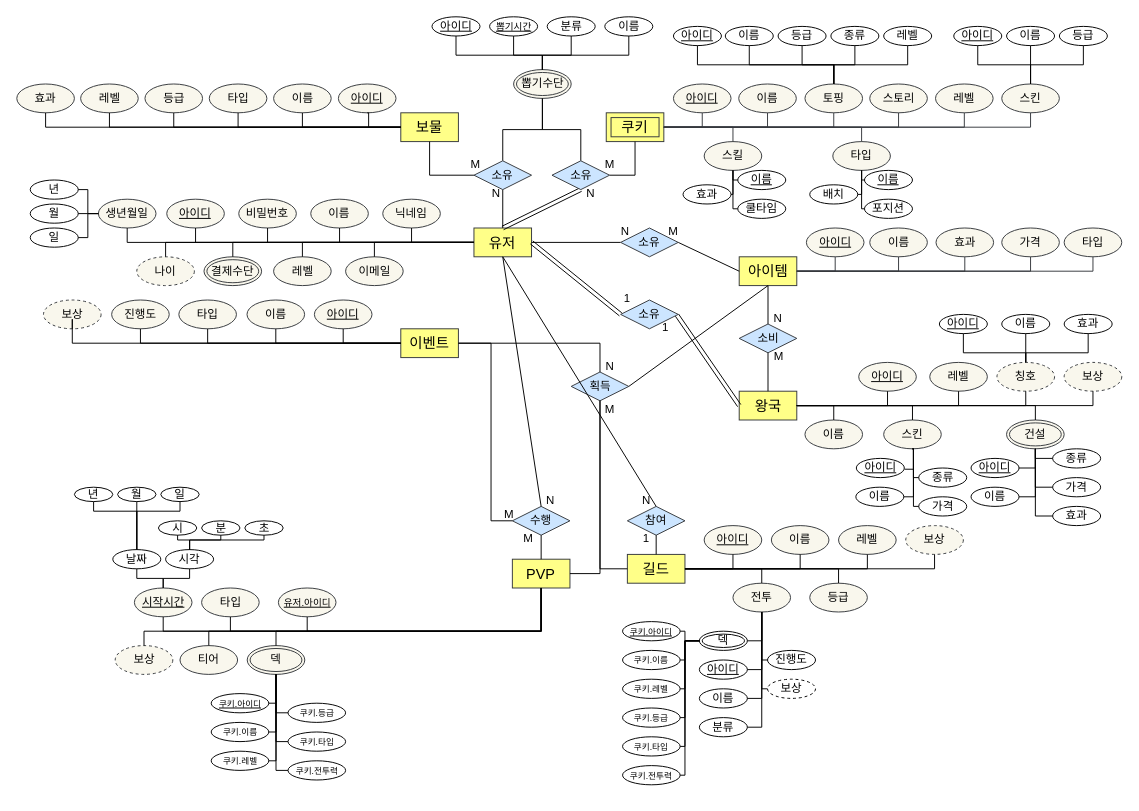
breeze234/web1 keeps this draw.io diagram as page "페이지-2" (2 of 3) of 제목 없는 다이어그램.drawio. Above is the earlier version. Source tidied: cells renumbered, new cells numbered last; positions are measured from the earlier drawing's top-left corner, leaving out a move shared by most shapes. Both pictures are drawn from the tidied source at 96%, with x=0, y=0 at pixel (16, 16).
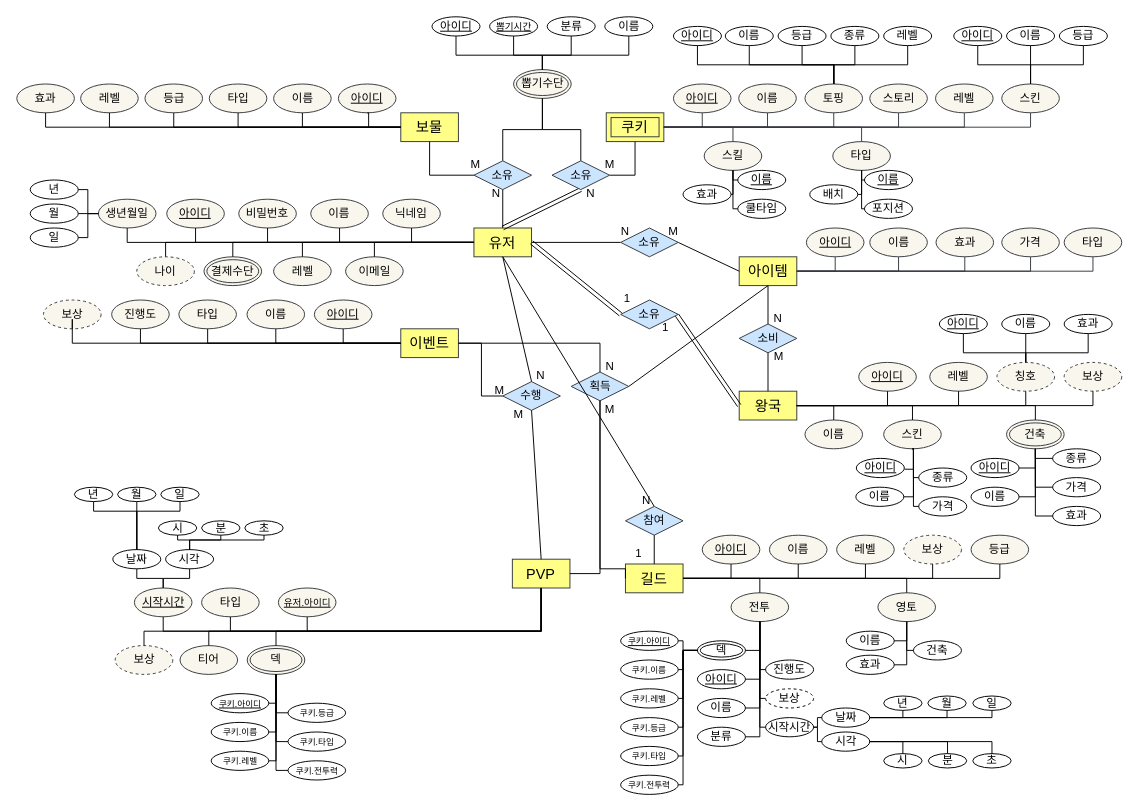
The same diagram, later.

Commit message (it also covers changes not shown here):
제목 없는 다이어그램.drawio 업데이트

The change refers to these unchanged cells:
```xml
<mxCell id="84" value="&lt;font style=&quot;font-size: 15px;&quot;&gt;이벤트&lt;/font&gt;" style="whiteSpace=wrap;html=1;align=center;fillColor=#ffff88;strokeColor=#36393d;" parent="1" vertex="1">
  <mxGeometry x="400" y="325" width="60" height="30" as="geometry" />
</mxCell>
```

Change to the diagram source:
```diff
@@
     <mxCell id="82" value="&lt;font style=&quot;font-size: 15px;&quot;&gt;길드&lt;/font&gt;" style="whiteSpace=wrap;html=1;align=center;fillColor=#ffff88;strokeColor=#36393d;" parent="1" vertex="1">
-      <mxGeometry x="636" y="560" width="60" height="30" as="geometry" />
+      <mxGeometry x="634" y="570" width="60" height="30" as="geometry" />
     </mxCell>
@@
-    <mxCell id="101" value="건설" style="ellipse;shape=doubleEllipse;margin=3;whiteSpace=wrap;html=1;align=center;fillColor=#f9f7ed;strokeColor=#36393d;" parent="1" vertex="1">
+    <mxCell id="101" value="건축" style="ellipse;shape=doubleEllipse;margin=3;whiteSpace=wrap;html=1;align=center;fillColor=#f9f7ed;strokeColor=#36393d;" parent="1" vertex="1">
       <mxGeometry x="1031" y="420" width="60" height="30" as="geometry" />
     </mxCell>
@@
     <mxCell id="168" value="수행" style="shape=rhombus;perimeter=rhombusPerimeter;whiteSpace=wrap;html=1;align=center;fillColor=#cce5ff;strokeColor=#36393d;" parent="1" vertex="1">
-      <mxGeometry x="516.2" y="510" width="60" height="30" as="geometry" />
+      <mxGeometry x="506.2" y="380" width="60" height="30" as="geometry" />
     </mxCell>
@@
     <mxCell id="170" style="endArrow=none;html=1;rounded=0;entryX=0;entryY=0.5;entryDx=0;entryDy=0;exitX=1;exitY=0.5;exitDx=0;exitDy=0;edgeStyle=orthogonalEdgeStyle;" parent="1" edge="1" source="84" target="168">
       <mxGeometry relative="1" as="geometry">
         <Array as="points">
-          <mxPoint x="494" y="340" />
-          <mxPoint x="494" y="525" />
+          <mxPoint x="484" y="340" />
+          <mxPoint x="484" y="395" />
         </Array>
       </mxGeometry>
     </mxCell>
@@
     <mxCell id="177" value="이름" style="ellipse;whiteSpace=wrap;html=1;fillColor=#f9f7ed;strokeColor=#36393d;" parent="1" vertex="1">
-      <mxGeometry x="786" y="530" width="60" height="30" as="geometry" />
+      <mxGeometry x="784" y="540" width="60" height="30" as="geometry" />
     </mxCell>
     <mxCell id="178" value="&lt;u&gt;아이디&lt;/u&gt;" style="ellipse;whiteSpace=wrap;html=1;fillColor=#f9f7ed;strokeColor=#36393d;" parent="1" vertex="1">
-      <mxGeometry x="716" y="530" width="60" height="30" as="geometry" />
+      <mxGeometry x="714" y="540" width="60" height="30" as="geometry" />
     </mxCell>
     <mxCell id="179" value="레벨" style="ellipse;whiteSpace=wrap;html=1;fillColor=#f9f7ed;strokeColor=#36393d;" parent="1" vertex="1">
-      <mxGeometry x="856" y="530" width="60" height="30" as="geometry" />
+      <mxGeometry x="854" y="540" width="60" height="30" as="geometry" />
     </mxCell>
     <mxCell id="180" value="보상" style="ellipse;whiteSpace=wrap;html=1;dashed=1;fillColor=#f9f7ed;strokeColor=#36393d;" parent="1" vertex="1">
-      <mxGeometry x="926" y="530" width="60" height="30" as="geometry" />
+      <mxGeometry x="924" y="540" width="60" height="30" as="geometry" />
     </mxCell>
     <mxCell id="181" value="전투" style="ellipse;whiteSpace=wrap;html=1;fillColor=#f9f7ed;strokeColor=#36393d;" parent="1" vertex="1">
-      <mxGeometry x="746" y="590" width="60" height="30" as="geometry" />
+      <mxGeometry x="744" y="600" width="60" height="30" as="geometry" />
     </mxCell>
     <mxCell id="182" value="등급" style="ellipse;whiteSpace=wrap;html=1;fillColor=#f9f7ed;strokeColor=#36393d;" parent="1" vertex="1">
-      <mxGeometry x="826" y="590" width="60" height="30" as="geometry" />
+      <mxGeometry x="994" y="540" width="60" height="30" as="geometry" />
     </mxCell>
@@
-    <mxCell id="188" style="endArrow=none;html=1;rounded=0;edgeStyle=orthogonalEdgeStyle;exitX=1;exitY=0.5;exitDx=0;exitDy=0;entryX=0.5;entryY=0;entryDx=0;entryDy=0;" parent="1" edge="1" source="82" target="182">
+    <mxCell id="188" style="endArrow=none;html=1;rounded=0;edgeStyle=orthogonalEdgeStyle;exitX=1;exitY=0.5;exitDx=0;exitDy=0;entryX=0.5;entryY=1;entryDx=0;entryDy=0;" parent="1" edge="1" source="82" target="182">
       <mxGeometry relative="1" as="geometry" />
     </mxCell>
@@
     <mxCell id="191" value="&lt;u&gt;아이디&lt;/u&gt;" style="ellipse;whiteSpace=wrap;html=1;" parent="1" vertex="1">
-      <mxGeometry x="711" y="670" width="50" height="20" as="geometry" />
+      <mxGeometry x="709" y="680" width="50" height="20" as="geometry" />
     </mxCell>
     <mxCell id="192" value="이름" style="ellipse;whiteSpace=wrap;html=1;" parent="1" vertex="1">
-      <mxGeometry x="711" y="700" width="50" height="20" as="geometry" />
+      <mxGeometry x="709" y="710" width="50" height="20" as="geometry" />
     </mxCell>
     <mxCell id="193" value="분류" style="ellipse;whiteSpace=wrap;html=1;" parent="1" vertex="1">
-      <mxGeometry x="711" y="730" width="50" height="20" as="geometry" />
+      <mxGeometry x="709" y="740" width="50" height="20" as="geometry" />
     </mxCell>
     <mxCell id="194" value="덱" style="ellipse;shape=doubleEllipse;margin=3;whiteSpace=wrap;html=1;align=center;" parent="1" vertex="1">
-      <mxGeometry x="711" y="640" width="50" height="20" as="geometry" />
+      <mxGeometry x="709" y="650" width="50" height="20" as="geometry" />
     </mxCell>
     <mxCell id="195" value="진행도" style="ellipse;whiteSpace=wrap;html=1;" parent="1" vertex="1">
-      <mxGeometry x="782" y="660" width="50" height="20" as="geometry" />
+      <mxGeometry x="780" y="670" width="50" height="20" as="geometry" />
     </mxCell>
     <mxCell id="196" value="보상" style="ellipse;whiteSpace=wrap;html=1;dashed=1;" parent="1" vertex="1">
-      <mxGeometry x="782" y="690" width="50" height="20" as="geometry" />
+      <mxGeometry x="780" y="700" width="50" height="20" as="geometry" />
     </mxCell>
     <mxCell id="197" value="&lt;font style=&quot;font-size: 9px;&quot;&gt;&lt;u&gt;쿠키.아이디&lt;/u&gt;&lt;/font&gt;" style="ellipse;whiteSpace=wrap;html=1;" parent="1" vertex="1">
-      <mxGeometry x="631" y="630" width="60" height="20" as="geometry" />
+      <mxGeometry x="629" y="640" width="60" height="20" as="geometry" />
     </mxCell>
     <mxCell id="198" value="&lt;font style=&quot;font-size: 9px;&quot;&gt;쿠키.이름&lt;/font&gt;" style="ellipse;whiteSpace=wrap;html=1;" parent="1" vertex="1">
-      <mxGeometry x="631" y="660" width="60" height="20" as="geometry" />
+      <mxGeometry x="629" y="670" width="60" height="20" as="geometry" />
     </mxCell>
     <mxCell id="199" value="&lt;font style=&quot;font-size: 9px;&quot;&gt;쿠키.레벨&lt;/font&gt;" style="ellipse;whiteSpace=wrap;html=1;" parent="1" vertex="1">
-      <mxGeometry x="631" y="690" width="60" height="20" as="geometry" />
+      <mxGeometry x="629" y="700" width="60" height="20" as="geometry" />
     </mxCell>
     <mxCell id="200" value="&lt;font style=&quot;font-size: 9px;&quot;&gt;쿠키.등급&lt;/font&gt;" style="ellipse;whiteSpace=wrap;html=1;" parent="1" vertex="1">
-      <mxGeometry x="631" y="720" width="60" height="20" as="geometry" />
+      <mxGeometry x="629" y="730" width="60" height="20" as="geometry" />
     </mxCell>
     <mxCell id="201" value="&lt;font style=&quot;font-size: 9px;&quot;&gt;쿠키.타입&lt;/font&gt;" style="ellipse;whiteSpace=wrap;html=1;" parent="1" vertex="1">
-      <mxGeometry x="631" y="750" width="60" height="20" as="geometry" />
+      <mxGeometry x="629" y="760" width="60" height="20" as="geometry" />
     </mxCell>
     <mxCell id="202" value="&lt;font style=&quot;font-size: 9px;&quot;&gt;쿠키.전투력&lt;/font&gt;" style="ellipse;whiteSpace=wrap;html=1;" parent="1" vertex="1">
-      <mxGeometry x="631" y="780" width="60" height="20" as="geometry" />
+      <mxGeometry x="629" y="790" width="60" height="20" as="geometry" />
     </mxCell>
     <mxCell id="203" style="endArrow=none;html=1;rounded=0;edgeStyle=orthogonalEdgeStyle;exitX=1;exitY=0.5;exitDx=0;exitDy=0;entryX=0;entryY=0.5;entryDx=0;entryDy=0;" parent="1" edge="1" source="197" target="194">
       <mxGeometry relative="1" as="geometry">
         <Array as="points">
-          <mxPoint x="696" y="640" />
-          <mxPoint x="696" y="650" />
+          <mxPoint x="694" y="650" />
+          <mxPoint x="694" y="660" />
         </Array>
       </mxGeometry>
     </mxCell>
     <mxCell id="204" style="endArrow=none;html=1;rounded=0;edgeStyle=orthogonalEdgeStyle;exitX=1;exitY=0.5;exitDx=0;exitDy=0;entryX=0;entryY=0.5;entryDx=0;entryDy=0;" parent="1" edge="1" source="198" target="194">
       <mxGeometry relative="1" as="geometry">
         <Array as="points">
-          <mxPoint x="696" y="670" />
-          <mxPoint x="696" y="650" />
+          <mxPoint x="694" y="680" />
+          <mxPoint x="694" y="660" />
         </Array>
       </mxGeometry>
     </mxCell>
     <mxCell id="205" style="endArrow=none;html=1;rounded=0;edgeStyle=orthogonalEdgeStyle;exitX=1;exitY=0.5;exitDx=0;exitDy=0;entryX=0;entryY=0.5;entryDx=0;entryDy=0;" parent="1" edge="1" source="199" target="194">
       <mxGeometry relative="1" as="geometry">
         <Array as="points">
-          <mxPoint x="696" y="700" />
-          <mxPoint x="696" y="650" />
+          <mxPoint x="694" y="710" />
+          <mxPoint x="694" y="660" />
         </Array>
       </mxGeometry>
     </mxCell>
     <mxCell id="206" style="endArrow=none;html=1;rounded=0;edgeStyle=orthogonalEdgeStyle;exitX=1;exitY=0.5;exitDx=0;exitDy=0;entryX=0;entryY=0.5;entryDx=0;entryDy=0;" parent="1" edge="1" source="200" target="194">
       <mxGeometry relative="1" as="geometry">
         <Array as="points">
-          <mxPoint x="696" y="730" />
-          <mxPoint x="696" y="650" />
+          <mxPoint x="694" y="740" />
+          <mxPoint x="694" y="660" />
         </Array>
       </mxGeometry>
     </mxCell>
     <mxCell id="207" style="endArrow=none;html=1;rounded=0;edgeStyle=orthogonalEdgeStyle;exitX=1;exitY=0.5;exitDx=0;exitDy=0;entryX=0;entryY=0.5;entryDx=0;entryDy=0;" parent="1" edge="1" source="201" target="194">
       <mxGeometry relative="1" as="geometry">
         <Array as="points">
-          <mxPoint x="696" y="760" />
-          <mxPoint x="696" y="650" />
+          <mxPoint x="694" y="770" />
+          <mxPoint x="694" y="660" />
         </Array>
       </mxGeometry>
     </mxCell>
     <mxCell id="208" style="endArrow=none;html=1;rounded=0;edgeStyle=orthogonalEdgeStyle;exitX=1;exitY=0.5;exitDx=0;exitDy=0;entryX=0;entryY=0.5;entryDx=0;entryDy=0;" parent="1" edge="1" source="202" target="194">
       <mxGeometry relative="1" as="geometry">
         <Array as="points">
-          <mxPoint x="696" y="790" />
-          <mxPoint x="696" y="650" />
+          <mxPoint x="694" y="800" />
+          <mxPoint x="694" y="660" />
         </Array>
       </mxGeometry>
     </mxCell>
     <mxCell id="209" style="endArrow=none;html=1;rounded=0;edgeStyle=orthogonalEdgeStyle;exitX=1;exitY=0.5;exitDx=0;exitDy=0;entryX=0.5;entryY=1;entryDx=0;entryDy=0;" parent="1" edge="1" source="194" target="181">
       <mxGeometry relative="1" as="geometry">
         <Array as="points">
-          <mxPoint x="776" y="650" />
+          <mxPoint x="774" y="660" />
         </Array>
       </mxGeometry>
     </mxCell>
     <mxCell id="210" style="endArrow=none;html=1;rounded=0;edgeStyle=orthogonalEdgeStyle;exitX=1;exitY=0.5;exitDx=0;exitDy=0;entryX=0.5;entryY=1;entryDx=0;entryDy=0;" parent="1" edge="1" source="191" target="181">
       <mxGeometry relative="1" as="geometry">
         <Array as="points">
-          <mxPoint x="776" y="680" />
+          <mxPoint x="774" y="690" />
         </Array>
       </mxGeometry>
     </mxCell>
     <mxCell id="211" style="endArrow=none;html=1;rounded=0;edgeStyle=orthogonalEdgeStyle;exitX=1;exitY=0.5;exitDx=0;exitDy=0;entryX=0.5;entryY=1;entryDx=0;entryDy=0;" parent="1" edge="1" source="192" target="181">
       <mxGeometry relative="1" as="geometry">
         <Array as="points">
-          <mxPoint x="776" y="710" />
+          <mxPoint x="774" y="720" />
         </Array>
       </mxGeometry>
     </mxCell>
     <mxCell id="212" style="endArrow=none;html=1;rounded=0;edgeStyle=orthogonalEdgeStyle;exitX=0;exitY=0.5;exitDx=0;exitDy=0;entryX=0.5;entryY=1;entryDx=0;entryDy=0;" parent="1" edge="1" source="195" target="181">
       <mxGeometry relative="1" as="geometry">
         <Array as="points">
-          <mxPoint x="776" y="670" />
+          <mxPoint x="774" y="680" />
         </Array>
       </mxGeometry>
     </mxCell>
     <mxCell id="213" style="endArrow=none;html=1;rounded=0;edgeStyle=orthogonalEdgeStyle;entryX=0.5;entryY=1;entryDx=0;entryDy=0;exitX=0;exitY=0.5;exitDx=0;exitDy=0;" parent="1" edge="1" source="196" target="181">
       <mxGeometry relative="1" as="geometry">
         <Array as="points">
-          <mxPoint x="776" y="700" />
+          <mxPoint x="774" y="710" />
         </Array>
       </mxGeometry>
     </mxCell>
     <mxCell id="214" style="endArrow=none;html=1;rounded=0;edgeStyle=orthogonalEdgeStyle;exitX=1;exitY=0.5;exitDx=0;exitDy=0;entryX=0.5;entryY=1;entryDx=0;entryDy=0;" parent="1" edge="1" source="193" target="181">
       <mxGeometry relative="1" as="geometry">
         <Array as="points">
-          <mxPoint x="776" y="740" />
+          <mxPoint x="774" y="750" />
         </Array>
       </mxGeometry>
     </mxCell>
@@
     <mxCell id="216" value="참여" style="shape=rhombus;perimeter=rhombusPerimeter;whiteSpace=wrap;html=1;align=center;fillColor=#cce5ff;strokeColor=#36393d;" parent="1" vertex="1">
-      <mxGeometry x="636" y="510" width="60" height="30" as="geometry" />
+      <mxGeometry x="634" y="510" width="60" height="30" as="geometry" />
     </mxCell>
@@
     <mxCell id="221" value="M" style="text;strokeColor=none;fillColor=none;spacingLeft=4;spacingRight=4;overflow=hidden;fontSize=12;whiteSpace=wrap;html=1;align=center;" parent="1" vertex="1">
-      <mxGeometry x="512.5" y="530" width="40" height="30" as="geometry" />
+      <mxGeometry x="502.5" y="400" width="40" height="30" as="geometry" />
     </mxCell>
     <mxCell id="222" value="M" style="text;strokeColor=none;fillColor=none;spacingLeft=4;spacingRight=4;overflow=hidden;fontSize=12;whiteSpace=wrap;html=1;align=center;" parent="1" vertex="1">
-      <mxGeometry x="492.5" y="505" width="40" height="30" as="geometry" />
+      <mxGeometry x="482.5" y="375" width="40" height="30" as="geometry" />
     </mxCell>
     <mxCell id="223" value="N" style="text;strokeColor=none;fillColor=none;spacingLeft=4;spacingRight=4;overflow=hidden;fontSize=12;whiteSpace=wrap;html=1;align=center;" parent="1" vertex="1">
-      <mxGeometry x="536.2" y="490" width="40" height="30" as="geometry" />
+      <mxGeometry x="526.2" y="360" width="40" height="30" as="geometry" />
     </mxCell>
@@
     <mxCell id="225" value="1" style="text;strokeColor=none;fillColor=none;spacingLeft=4;spacingRight=4;overflow=hidden;fontSize=12;whiteSpace=wrap;html=1;align=center;" parent="1" vertex="1">
-      <mxGeometry x="636" y="530" width="40" height="30" as="geometry" />
+      <mxGeometry x="637.5" y="545" width="20" height="30" as="geometry" />
     </mxCell>
@@
+    <mxCell id="280" value="영토" style="ellipse;whiteSpace=wrap;html=1;fillColor=#f9f7ed;strokeColor=#36393d;" parent="1" vertex="1">
+      <mxGeometry x="897" y="600" width="60" height="30" as="geometry" />
+    </mxCell>
+    <mxCell id="281" value="이름" style="ellipse;whiteSpace=wrap;html=1;" parent="1" vertex="1">
+      <mxGeometry x="864" y="640" width="50" height="20" as="geometry" />
+    </mxCell>
+    <mxCell id="282" value="건축" style="ellipse;whiteSpace=wrap;html=1;" parent="1" vertex="1">
+      <mxGeometry x="934" y="650" width="50" height="20" as="geometry" />
+    </mxCell>
+    <mxCell id="283" style="endArrow=none;html=1;rounded=0;edgeStyle=orthogonalEdgeStyle;exitX=0;exitY=0.5;exitDx=0;exitDy=0;entryX=0.5;entryY=1;entryDx=0;entryDy=0;" parent="1" edge="1" source="282" target="280">
+      <mxGeometry relative="1" as="geometry">
+        <Array as="points">
+          <mxPoint x="927" y="660" />
+        </Array>
+      </mxGeometry>
+    </mxCell>
+    <mxCell id="284" style="endArrow=none;html=1;rounded=0;edgeStyle=orthogonalEdgeStyle;exitX=0.5;exitY=1;exitDx=0;exitDy=0;entryX=1;entryY=0.5;entryDx=0;entryDy=0;" parent="1" edge="1" source="280" target="281">
+      <mxGeometry relative="1" as="geometry">
+        <Array as="points">
+          <mxPoint x="927" y="650" />
+        </Array>
+      </mxGeometry>
+    </mxCell>
+    <mxCell id="285" value="효과" style="ellipse;whiteSpace=wrap;html=1;" parent="1" vertex="1">
+      <mxGeometry x="864" y="665" width="50" height="20" as="geometry" />
+    </mxCell>
+    <mxCell id="286" style="endArrow=none;html=1;rounded=0;edgeStyle=orthogonalEdgeStyle;exitX=0.5;exitY=1;exitDx=0;exitDy=0;entryX=1;entryY=0.5;entryDx=0;entryDy=0;" parent="1" edge="1" source="280" target="285">
+      <mxGeometry relative="1" as="geometry">
+        <Array as="points">
+          <mxPoint x="927" y="675" />
+        </Array>
+      </mxGeometry>
+    </mxCell>
+    <mxCell id="287" style="endArrow=none;html=1;rounded=0;edgeStyle=orthogonalEdgeStyle;entryX=0.5;entryY=0;entryDx=0;entryDy=0;exitX=1;exitY=0.5;exitDx=0;exitDy=0;" parent="1" edge="1" source="82" target="280">
+      <mxGeometry relative="1" as="geometry" />
+    </mxCell>
+    <mxCell id="288" value="시작시간" style="ellipse;whiteSpace=wrap;html=1;" parent="1" vertex="1">
+      <mxGeometry x="780" y="730" width="50" height="20" as="geometry" />
+    </mxCell>
+    <mxCell id="289" style="endArrow=none;html=1;rounded=0;edgeStyle=orthogonalEdgeStyle;exitX=0;exitY=0.5;exitDx=0;exitDy=0;entryX=0.5;entryY=1;entryDx=0;entryDy=0;" parent="1" edge="1" source="288" target="181">
+      <mxGeometry relative="1" as="geometry">
+        <Array as="points">
+          <mxPoint x="774" y="740" />
+        </Array>
+      </mxGeometry>
+    </mxCell>
+    <mxCell id="290" value="월" style="ellipse;whiteSpace=wrap;html=1;" parent="1" vertex="1">
+      <mxGeometry x="949" y="707.5" width="40" height="15" as="geometry" />
+    </mxCell>
+    <mxCell id="291" value="년" style="ellipse;whiteSpace=wrap;html=1;" parent="1" vertex="1">
+      <mxGeometry x="903" y="707.5" width="40" height="15" as="geometry" />
+    </mxCell>
+    <mxCell id="292" value="일" style="ellipse;whiteSpace=wrap;html=1;" parent="1" vertex="1">
+      <mxGeometry x="995.8" y="707.5" width="40" height="15" as="geometry" />
+    </mxCell>
+    <mxCell id="293" value="날짜" style="ellipse;whiteSpace=wrap;html=1;" parent="1" vertex="1">
+      <mxGeometry x="838.5" y="720" width="50" height="20" as="geometry" />
+    </mxCell>
+    <mxCell id="294" value="시각" style="ellipse;whiteSpace=wrap;html=1;" parent="1" vertex="1">
+      <mxGeometry x="838.5" y="745" width="50" height="20" as="geometry" />
+    </mxCell>
+    <mxCell id="295" value="분" style="ellipse;whiteSpace=wrap;html=1;" parent="1" vertex="1">
+      <mxGeometry x="949.5" y="767.5" width="40" height="15" as="geometry" />
+    </mxCell>
+    <mxCell id="296" value="시" style="ellipse;whiteSpace=wrap;html=1;" parent="1" vertex="1">
+      <mxGeometry x="903" y="767.5" width="40" height="15" as="geometry" />
+    </mxCell>
+    <mxCell id="297" value="초" style="ellipse;whiteSpace=wrap;html=1;" parent="1" vertex="1">
+      <mxGeometry x="995.8" y="767.5" width="40" height="15" as="geometry" />
+    </mxCell>
+    <mxCell id="298" style="endArrow=none;html=1;rounded=0;edgeStyle=orthogonalEdgeStyle;exitX=1;exitY=0.5;exitDx=0;exitDy=0;entryX=0;entryY=0.5;entryDx=0;entryDy=0;" parent="1" edge="1" source="288" target="294">
+      <mxGeometry relative="1" as="geometry">
+        <Array as="points">
+          <mxPoint x="834" y="740" />
+          <mxPoint x="834" y="755" />
+        </Array>
+      </mxGeometry>
+    </mxCell>
+    <mxCell id="299" style="endArrow=none;html=1;rounded=0;edgeStyle=orthogonalEdgeStyle;exitX=1;exitY=0.5;exitDx=0;exitDy=0;entryX=0;entryY=0.5;entryDx=0;entryDy=0;" parent="1" edge="1" source="288" target="293">
+      <mxGeometry relative="1" as="geometry">
+        <Array as="points">
+          <mxPoint x="834" y="740" />
+          <mxPoint x="834" y="730" />
+        </Array>
+      </mxGeometry>
+    </mxCell>
+    <mxCell id="300" style="endArrow=none;html=1;rounded=0;edgeStyle=orthogonalEdgeStyle;exitX=1;exitY=0.5;exitDx=0;exitDy=0;entryX=0.5;entryY=1;entryDx=0;entryDy=0;" parent="1" edge="1" source="293" target="291">
+      <mxGeometry relative="1" as="geometry">
+        <Array as="points">
+          <mxPoint x="923" y="730" />
+        </Array>
+      </mxGeometry>
+    </mxCell>
+    <mxCell id="301" style="endArrow=none;html=1;rounded=0;edgeStyle=orthogonalEdgeStyle;exitX=1;exitY=0.5;exitDx=0;exitDy=0;entryX=0.5;entryY=1;entryDx=0;entryDy=0;" parent="1" edge="1" source="293" target="290">
+      <mxGeometry relative="1" as="geometry">
+        <Array as="points">
+          <mxPoint x="969" y="730" />
+        </Array>
+      </mxGeometry>
+    </mxCell>
+    <mxCell id="302" style="endArrow=none;html=1;rounded=0;edgeStyle=orthogonalEdgeStyle;exitX=1;exitY=0.5;exitDx=0;exitDy=0;entryX=0.5;entryY=1;entryDx=0;entryDy=0;" parent="1" edge="1" source="293" target="292">
+      <mxGeometry relative="1" as="geometry">
+        <Array as="points">
+          <mxPoint x="1016" y="730" />
+        </Array>
+      </mxGeometry>
+    </mxCell>
+    <mxCell id="303" style="endArrow=none;html=1;rounded=0;edgeStyle=orthogonalEdgeStyle;exitX=1;exitY=0.5;exitDx=0;exitDy=0;entryX=0.5;entryY=0;entryDx=0;entryDy=0;" parent="1" edge="1" source="294" target="297">
+      <mxGeometry relative="1" as="geometry">
+        <Array as="points">
+          <mxPoint x="1016" y="755" />
+          <mxPoint x="1016" y="767" />
+        </Array>
+      </mxGeometry>
+    </mxCell>
+    <mxCell id="304" style="endArrow=none;html=1;rounded=0;edgeStyle=orthogonalEdgeStyle;exitX=1;exitY=0.5;exitDx=0;exitDy=0;entryX=0.5;entryY=0;entryDx=0;entryDy=0;" parent="1" edge="1" source="294" target="296">
+      <mxGeometry relative="1" as="geometry">
+        <Array as="points">
+          <mxPoint x="923" y="755" />
+        </Array>
+      </mxGeometry>
+    </mxCell>
+    <mxCell id="305" style="endArrow=none;html=1;rounded=0;edgeStyle=orthogonalEdgeStyle;exitX=1;exitY=0.5;exitDx=0;exitDy=0;entryX=0.5;entryY=0;entryDx=0;entryDy=0;" parent="1" edge="1" source="294" target="295">
+      <mxGeometry relative="1" as="geometry">
+        <Array as="points">
+          <mxPoint x="970" y="755" />
+        </Array>
+      </mxGeometry>
+    </mxCell>
```
